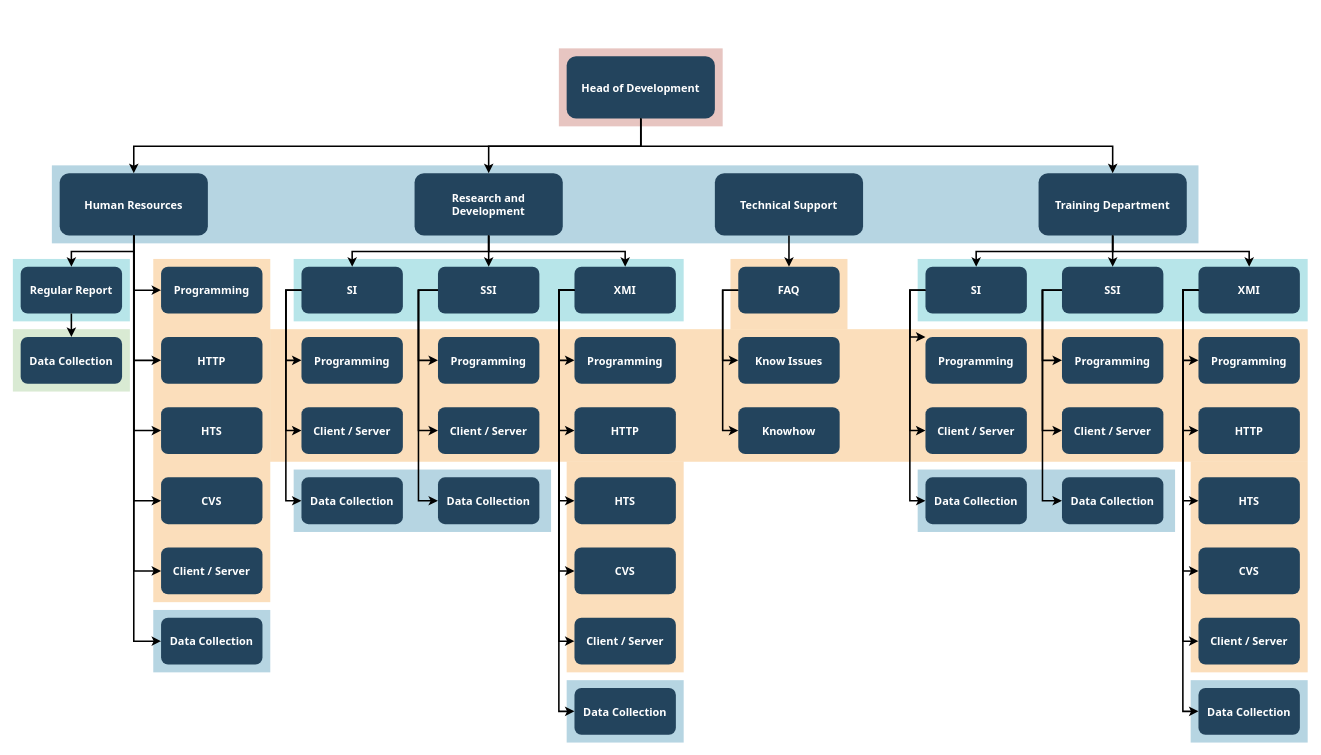
This is 파일트리 다이어그램.drawio from stardom3645/wiki, a draw.io file, before an edit. Source tidied: cells renumbered, new cells numbered last; positions are measured from the earlier drawing's top-left corner, leaving out a move shared by most shapes. Both pictures are drawn from the tidied source at 78%, with x=0, y=0 at pixel (12, 48).
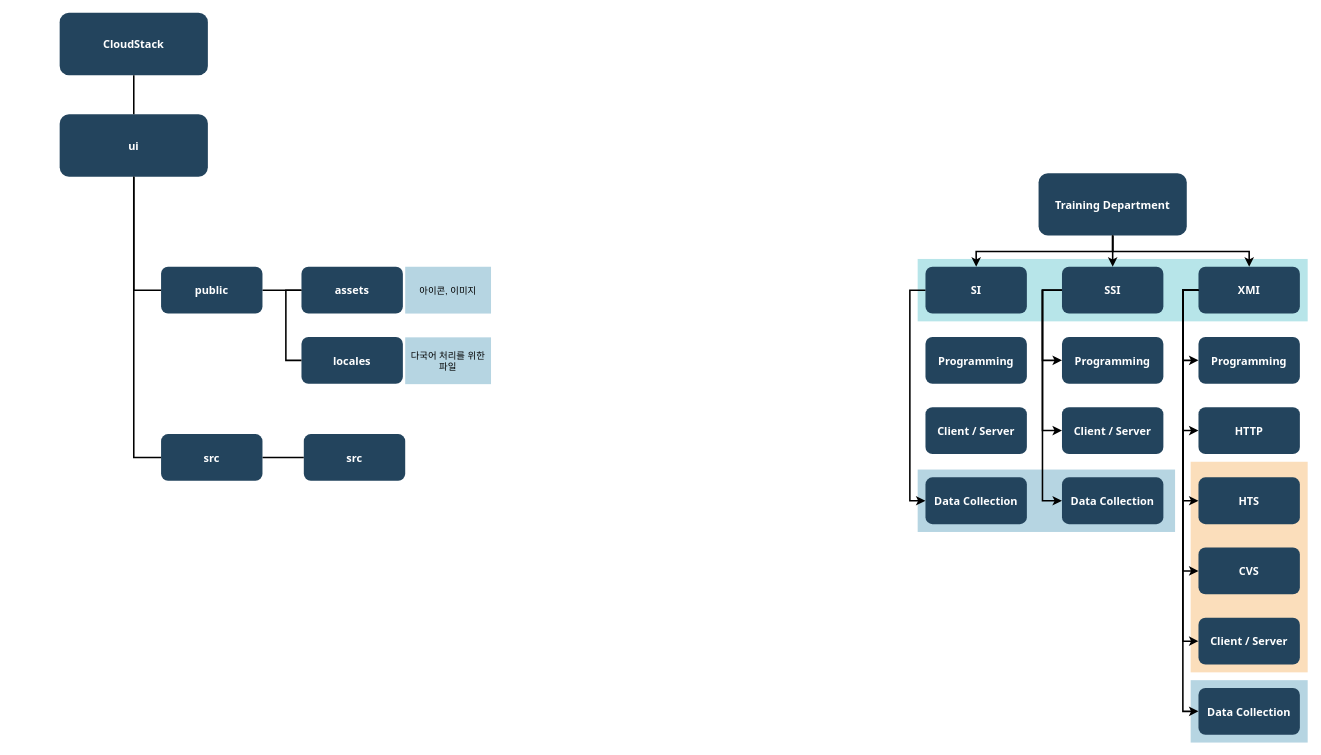
The same diagram, later.

Commit message (it also covers changes not shown here):
파일트리 다이어그램.drawio 업데이트

The change refers to these unchanged cells:
```xml
<mxCell id="19" value="Training Department" style="rounded=1;fillColor=#23445D;gradientColor=none;strokeColor=none;fontColor=#FFFFFF;fontStyle=1;fontFamily=Tahoma;fontSize=14;" parent="1" vertex="1">
  <mxGeometry x="1315" y="159.5" width="190" height="80" as="geometry" />
</mxCell>
<mxCell id="50" value="SI" style="rounded=1;fillColor=#23445D;gradientColor=none;strokeColor=none;fontColor=#FFFFFF;fontStyle=1;fontFamily=Tahoma;fontSize=14;" parent="1" vertex="1">
  <mxGeometry x="1170" y="279.5" width="130" height="60" as="geometry" />
</mxCell>
<mxCell id="51" value="Programming" style="rounded=1;fillColor=#23445D;gradientColor=none;strokeColor=none;fontColor=#FFFFFF;fontStyle=1;fontFamily=Tahoma;fontSize=14;" parent="1" vertex="1">
  <mxGeometry x="1170" y="369.5" width="130" height="60" as="geometry" />
</mxCell>
<mxCell id="52" value="Client / Server" style="rounded=1;fillColor=#23445D;gradientColor=none;strokeColor=none;fontColor=#FFFFFF;fontStyle=1;fontFamily=Tahoma;fontSize=14;" parent="1" vertex="1">
  <mxGeometry x="1170" y="459.5" width="130" height="60" as="geometry" />
</mxCell>
```

Change to the diagram source:
```diff
@@
-    <mxCell id="2" style="fillColor=#AE4132;strokeColor=none;opacity=30;" parent="1" vertex="1">
-      <mxGeometry x="700" y="-0.5" width="210" height="100" as="geometry" />
-    </mxCell>
-    <mxCell id="3" style="fillColor=#10739E;strokeColor=none;opacity=30;" parent="1" vertex="1">
-      <mxGeometry x="50" y="149.5" width="1470" height="100" as="geometry" />
-    </mxCell>
@@
-    <mxCell id="5" style="fillColor=#F2931E;strokeColor=none;opacity=30;" parent="1" vertex="1">
-      <mxGeometry x="920" y="269.5" width="150" height="90" as="geometry" />
-    </mxCell>
-    <mxCell id="6" style="fillColor=#F2931E;strokeColor=none;opacity=30;" parent="1" vertex="1">
-      <mxGeometry x="710" y="529.5" width="150" height="270" as="geometry" />
-    </mxCell>
-    <mxCell id="7" style="fillColor=#F2931E;strokeColor=none;opacity=30;" parent="1" vertex="1">
-      <mxGeometry x="180" y="269.5" width="150" height="440" as="geometry" />
-    </mxCell>
-    <mxCell id="8" style="fillColor=#F2931E;strokeColor=none;opacity=30;" parent="1" vertex="1">
-      <mxGeometry x="330" y="359.5" width="1330" height="170" as="geometry" />
-    </mxCell>
@@
-    <mxCell id="11" style="fillColor=#10739E;strokeColor=none;opacity=30;" parent="1" vertex="1">
-      <mxGeometry x="710" y="809.5" width="150" height="80" as="geometry" />
-    </mxCell>
-    <mxCell id="12" style="fillColor=#10739E;strokeColor=none;opacity=30;" parent="1" vertex="1">
-      <mxGeometry x="360" y="539.5" width="330" height="80" as="geometry" />
-    </mxCell>
-    <mxCell id="13" style="fillColor=#10739E;strokeColor=none;opacity=30;" parent="1" vertex="1">
-      <mxGeometry x="180" y="719.5" width="150" height="80" as="geometry" />
-    </mxCell>
-    <mxCell id="14" style="fillColor=#D9EAD3;strokeColor=none;" parent="1" vertex="1">
-      <mxGeometry y="359.5" width="150" height="80" as="geometry" />
-    </mxCell>
@@
-    <mxCell id="16" style="fillColor=#12AAB5;strokeColor=none;opacity=30;" parent="1" vertex="1">
-      <mxGeometry x="360" y="269.5" width="500" height="80" as="geometry" />
-    </mxCell>
-    <mxCell id="17" style="fillColor=#12AAB5;strokeColor=none;opacity=30;" parent="1" vertex="1">
-      <mxGeometry y="269.5" width="150" height="80" as="geometry" />
-    </mxCell>
-    <mxCell id="18" value="Head of Development" style="rounded=1;fillColor=#23445D;gradientColor=none;strokeColor=none;fontColor=#FFFFFF;fontStyle=1;fontFamily=Tahoma;fontSize=14;" parent="1" vertex="1">
-      <mxGeometry x="710" y="9.5" width="190" height="80" as="geometry" />
+    <mxCell id="18" value="CloudStack" style="rounded=1;fillColor=#23445D;gradientColor=none;strokeColor=none;fontColor=#FFFFFF;fontStyle=1;fontFamily=Tahoma;fontSize=14;" parent="1" vertex="1">
+      <mxGeometry x="60" y="-46" width="190" height="80" as="geometry" />
     </mxCell>
@@
-    <mxCell id="20" style="edgeStyle=elbowEdgeStyle;elbow=vertical;strokeWidth=2;rounded=0;" parent="1" edge="1" source="18" target="19">
-      <mxGeometry x="337" y="215.5" as="geometry" />
-    </mxCell>
-    <mxCell id="21" value="Technical Support" style="rounded=1;fillColor=#23445D;gradientColor=none;strokeColor=none;fontColor=#FFFFFF;fontStyle=1;fontFamily=Tahoma;fontSize=14;" parent="1" vertex="1">
-      <mxGeometry x="900" y="159.5" width="190" height="80" as="geometry" />
-    </mxCell>
-    <mxCell id="22" value="Research and &#10;Development" style="rounded=1;fillColor=#23445D;gradientColor=none;strokeColor=none;fontColor=#FFFFFF;fontStyle=1;fontFamily=Tahoma;fontSize=14;" parent="1" vertex="1">
-      <mxGeometry x="515" y="159.5" width="190" height="80" as="geometry" />
-    </mxCell>
-    <mxCell id="23" value="Human Resources" style="rounded=1;fillColor=#23445D;gradientColor=none;strokeColor=none;fontColor=#FFFFFF;fontStyle=1;fontFamily=Tahoma;fontSize=14;" parent="1" vertex="1">
-      <mxGeometry x="60" y="159.5" width="190" height="80" as="geometry" />
+    <mxCell id="23" value="ui" style="rounded=1;fillColor=#23445D;gradientColor=none;strokeColor=none;fontColor=#FFFFFF;fontStyle=1;fontFamily=Tahoma;fontSize=14;" parent="1" vertex="1">
+      <mxGeometry x="60" y="84" width="190" height="80" as="geometry" />
     </mxCell>
-    <mxCell id="24" value="Regular Report" style="rounded=1;fillColor=#23445D;gradientColor=none;strokeColor=none;fontColor=#FFFFFF;fontStyle=1;fontFamily=Tahoma;fontSize=14;" parent="1" vertex="1">
-      <mxGeometry x="10" y="279.5" width="130" height="60" as="geometry" />
-    </mxCell>
-    <mxCell id="25" value="Data Collection" style="rounded=1;fillColor=#23445D;gradientColor=none;strokeColor=none;fontColor=#FFFFFF;fontStyle=1;fontFamily=Tahoma;fontSize=14;" parent="1" vertex="1">
-      <mxGeometry x="10" y="369.5" width="130" height="60" as="geometry" />
-    </mxCell>
+    <mxCell id="108" style="edgeStyle=orthogonalEdgeStyle;rounded=0;jettySize=auto;html=1;exitX=1;exitY=0.5;exitDx=0;exitDy=0;entryX=0;entryY=0.5;entryDx=0;entryDy=0;endArrow=none;endFill=0;fontSize=25;strokeWidth=2;" parent="1" edge="1" source="26" target="32">
+      <mxGeometry relative="1" as="geometry" />
+    </mxCell>
-    <mxCell id="26" value="Programming" style="rounded=1;fillColor=#23445D;gradientColor=none;strokeColor=none;fontColor=#FFFFFF;fontStyle=1;fontFamily=Tahoma;fontSize=14;" parent="1" vertex="1">
+    <mxCell id="26" value="public" style="rounded=1;fillColor=#23445D;gradientColor=none;strokeColor=none;fontColor=#FFFFFF;fontStyle=1;fontFamily=Tahoma;fontSize=14;" parent="1" vertex="1">
       <mxGeometry x="190" y="279.5" width="130" height="60" as="geometry" />
     </mxCell>
+    <mxCell id="109" style="edgeStyle=orthogonalEdgeStyle;rounded=0;jettySize=auto;html=1;endArrow=none;endFill=0;strokeWidth=2;fontSize=25;" parent="1" edge="1" source="27" target="110">
+      <mxGeometry relative="1" as="geometry" />
+    </mxCell>
-    <mxCell id="27" value="HTTP" style="rounded=1;fillColor=#23445D;gradientColor=none;strokeColor=none;fontColor=#FFFFFF;fontStyle=1;fontFamily=Tahoma;fontSize=14;" parent="1" vertex="1">
-      <mxGeometry x="190" y="369.5" width="130" height="60" as="geometry" />
+    <mxCell id="27" value="src" style="rounded=1;fillColor=#23445D;gradientColor=none;strokeColor=none;fontColor=#FFFFFF;fontStyle=1;fontFamily=Tahoma;fontSize=14;" parent="1" vertex="1">
+      <mxGeometry x="190" y="494" width="130" height="60" as="geometry" />
     </mxCell>
-    <mxCell id="28" value="HTS" style="rounded=1;fillColor=#23445D;gradientColor=none;strokeColor=none;fontColor=#FFFFFF;fontStyle=1;fontFamily=Tahoma;fontSize=14;" parent="1" vertex="1">
-      <mxGeometry x="190" y="459.5" width="130" height="60" as="geometry" />
-    </mxCell>
-    <mxCell id="29" value="CVS" style="rounded=1;fillColor=#23445D;gradientColor=none;strokeColor=none;fontColor=#FFFFFF;fontStyle=1;fontFamily=Tahoma;fontSize=14;" parent="1" vertex="1">
-      <mxGeometry x="190" y="549.5" width="130" height="60" as="geometry" />
-    </mxCell>
-    <mxCell id="30" value="Client / Server" style="rounded=1;fillColor=#23445D;gradientColor=none;strokeColor=none;fontColor=#FFFFFF;fontStyle=1;fontFamily=Tahoma;fontSize=14;" parent="1" vertex="1">
-      <mxGeometry x="190" y="639.5" width="130" height="60" as="geometry" />
-    </mxCell>
-    <mxCell id="31" value="Data Collection" style="rounded=1;fillColor=#23445D;gradientColor=none;strokeColor=none;fontColor=#FFFFFF;fontStyle=1;fontFamily=Tahoma;fontSize=14;" parent="1" vertex="1">
-      <mxGeometry x="190" y="729.5" width="130" height="60" as="geometry" />
-    </mxCell>
-    <mxCell id="32" value="SI" style="rounded=1;fillColor=#23445D;gradientColor=none;strokeColor=none;fontColor=#FFFFFF;fontStyle=1;fontFamily=Tahoma;fontSize=14;" parent="1" vertex="1">
+    <mxCell id="32" value="assets" style="rounded=1;fillColor=#23445D;gradientColor=none;strokeColor=none;fontColor=#FFFFFF;fontStyle=1;fontFamily=Tahoma;fontSize=14;" parent="1" vertex="1">
       <mxGeometry x="370" y="279.5" width="130" height="60" as="geometry" />
     </mxCell>
-    <mxCell id="33" value="Programming" style="rounded=1;fillColor=#23445D;gradientColor=none;strokeColor=none;fontColor=#FFFFFF;fontStyle=1;fontFamily=Tahoma;fontSize=14;" parent="1" vertex="1">
+    <mxCell id="33" value="locales" style="rounded=1;fillColor=#23445D;gradientColor=none;strokeColor=none;fontColor=#FFFFFF;fontStyle=1;fontFamily=Tahoma;fontSize=14;" parent="1" vertex="1">
       <mxGeometry x="370" y="369.5" width="130" height="60" as="geometry" />
     </mxCell>
-    <mxCell id="34" value="Client / Server" style="rounded=1;fillColor=#23445D;gradientColor=none;strokeColor=none;fontColor=#FFFFFF;fontStyle=1;fontFamily=Tahoma;fontSize=14;" parent="1" vertex="1">
-      <mxGeometry x="370" y="459.5" width="130" height="60" as="geometry" />
-    </mxCell>
-    <mxCell id="35" value="Data Collection" style="rounded=1;fillColor=#23445D;gradientColor=none;strokeColor=none;fontColor=#FFFFFF;fontStyle=1;fontFamily=Tahoma;fontSize=14;" parent="1" vertex="1">
-      <mxGeometry x="370" y="549.5" width="130" height="60" as="geometry" />
-    </mxCell>
-    <mxCell id="36" value="SSI" style="rounded=1;fillColor=#23445D;gradientColor=none;strokeColor=none;fontColor=#FFFFFF;fontStyle=1;fontFamily=Tahoma;fontSize=14;" parent="1" vertex="1">
-      <mxGeometry x="545" y="279.5" width="130" height="60" as="geometry" />
-    </mxCell>
-    <mxCell id="37" value="Programming" style="rounded=1;fillColor=#23445D;gradientColor=none;strokeColor=none;fontColor=#FFFFFF;fontStyle=1;fontFamily=Tahoma;fontSize=14;" parent="1" vertex="1">
-      <mxGeometry x="545" y="369.5" width="130" height="60" as="geometry" />
-    </mxCell>
-    <mxCell id="38" value="Client / Server" style="rounded=1;fillColor=#23445D;gradientColor=none;strokeColor=none;fontColor=#FFFFFF;fontStyle=1;fontFamily=Tahoma;fontSize=14;" parent="1" vertex="1">
-      <mxGeometry x="545" y="459.5" width="130" height="60" as="geometry" />
-    </mxCell>
-    <mxCell id="39" value="Data Collection" style="rounded=1;fillColor=#23445D;gradientColor=none;strokeColor=none;fontColor=#FFFFFF;fontStyle=1;fontFamily=Tahoma;fontSize=14;" parent="1" vertex="1">
-      <mxGeometry x="545" y="549.5" width="130" height="60" as="geometry" />
-    </mxCell>
-    <mxCell id="40" value="XMI" style="rounded=1;fillColor=#23445D;gradientColor=none;strokeColor=none;fontColor=#FFFFFF;fontStyle=1;fontFamily=Tahoma;fontSize=14;" parent="1" vertex="1">
-      <mxGeometry x="720" y="279.5" width="130" height="60" as="geometry" />
-    </mxCell>
-    <mxCell id="41" value="Programming" style="rounded=1;fillColor=#23445D;gradientColor=none;strokeColor=none;fontColor=#FFFFFF;fontStyle=1;fontFamily=Tahoma;fontSize=14;" parent="1" vertex="1">
-      <mxGeometry x="720" y="369.5" width="130" height="60" as="geometry" />
-    </mxCell>
-    <mxCell id="42" value="HTTP" style="rounded=1;fillColor=#23445D;gradientColor=none;strokeColor=none;fontColor=#FFFFFF;fontStyle=1;fontFamily=Tahoma;fontSize=14;" parent="1" vertex="1">
-      <mxGeometry x="720" y="459.5" width="130" height="60" as="geometry" />
-    </mxCell>
-    <mxCell id="43" value="HTS" style="rounded=1;fillColor=#23445D;gradientColor=none;strokeColor=none;fontColor=#FFFFFF;fontStyle=1;fontFamily=Tahoma;fontSize=14;" parent="1" vertex="1">
-      <mxGeometry x="720" y="549.5" width="130" height="60" as="geometry" />
-    </mxCell>
-    <mxCell id="44" value="CVS" style="rounded=1;fillColor=#23445D;gradientColor=none;strokeColor=none;fontColor=#FFFFFF;fontStyle=1;fontFamily=Tahoma;fontSize=14;" parent="1" vertex="1">
-      <mxGeometry x="720" y="639.5" width="130" height="60" as="geometry" />
-    </mxCell>
-    <mxCell id="45" value="Client / Server" style="rounded=1;fillColor=#23445D;gradientColor=none;strokeColor=none;fontColor=#FFFFFF;fontStyle=1;fontFamily=Tahoma;fontSize=14;" parent="1" vertex="1">
-      <mxGeometry x="720" y="729.5" width="130" height="60" as="geometry" />
-    </mxCell>
-    <mxCell id="46" value="Data Collection" style="rounded=1;fillColor=#23445D;gradientColor=none;strokeColor=none;fontColor=#FFFFFF;fontStyle=1;fontFamily=Tahoma;fontSize=14;" parent="1" vertex="1">
-      <mxGeometry x="720" y="819.5" width="130" height="60" as="geometry" />
-    </mxCell>
-    <mxCell id="47" value="FAQ" style="rounded=1;fillColor=#23445D;gradientColor=none;strokeColor=none;fontColor=#FFFFFF;fontStyle=1;fontFamily=Tahoma;fontSize=14;" parent="1" vertex="1">
-      <mxGeometry x="930" y="279.5" width="130" height="60" as="geometry" />
-    </mxCell>
-    <mxCell id="48" value="Know Issues" style="rounded=1;fillColor=#23445D;gradientColor=none;strokeColor=none;fontColor=#FFFFFF;fontStyle=1;fontFamily=Tahoma;fontSize=14;" parent="1" vertex="1">
-      <mxGeometry x="930" y="369.5" width="130" height="60" as="geometry" />
-    </mxCell>
-    <mxCell id="49" value="Knowhow" style="rounded=1;fillColor=#23445D;gradientColor=none;strokeColor=none;fontColor=#FFFFFF;fontStyle=1;fontFamily=Tahoma;fontSize=14;" parent="1" vertex="1">
-      <mxGeometry x="930" y="459.5" width="130" height="60" as="geometry" />
-    </mxCell>
@@
-    <mxCell id="65" style="edgeStyle=elbowEdgeStyle;elbow=vertical;strokeWidth=2;rounded=0;" parent="1" edge="1" source="18" target="22">
-      <mxGeometry x="347" y="225.5" as="geometry" />
-    </mxCell>
-    <mxCell id="66" style="edgeStyle=elbowEdgeStyle;elbow=vertical;strokeWidth=2;rounded=0;" parent="1" edge="1" source="18" target="23">
+    <mxCell id="66" style="edgeStyle=elbowEdgeStyle;elbow=vertical;strokeWidth=2;rounded=0;endArrow=none;endFill=0;" parent="1" edge="1" source="18" target="23">
       <mxGeometry x="-23" y="135.5" as="geometry" />
     </mxCell>
-    <mxCell id="67" style="edgeStyle=elbowEdgeStyle;elbow=vertical;strokeWidth=2;rounded=0;" parent="1" edge="1" source="23" target="24">
-      <mxGeometry x="-23" y="135.5" as="geometry" />
-    </mxCell>
-    <mxCell id="68" style="edgeStyle=elbowEdgeStyle;elbow=horizontal;strokeWidth=2;rounded=0;" parent="1" edge="1" source="23" target="26">
+    <mxCell id="68" style="edgeStyle=elbowEdgeStyle;elbow=horizontal;strokeWidth=2;rounded=0;endArrow=none;endFill=0;" parent="1" edge="1" source="23" target="26">
       <mxGeometry x="-23" y="135.5" as="geometry">
         <Array as="points">
           <mxPoint x="155" y="259.5" />
         </Array>
       </mxGeometry>
     </mxCell>
-    <mxCell id="69" style="edgeStyle=elbowEdgeStyle;elbow=horizontal;strokeWidth=2;rounded=0;" parent="1" edge="1" source="23" target="27">
+    <mxCell id="69" style="edgeStyle=elbowEdgeStyle;elbow=horizontal;strokeWidth=2;rounded=0;endArrow=none;endFill=0;" parent="1" edge="1" source="23" target="27">
       <mxGeometry x="-23" y="135.5" as="geometry">
         <Array as="points">
           <mxPoint x="155" y="299.5" />
         </Array>
       </mxGeometry>
     </mxCell>
-    <mxCell id="70" style="edgeStyle=elbowEdgeStyle;elbow=horizontal;strokeWidth=2;rounded=0;" parent="1" edge="1" source="23" target="28">
-      <mxGeometry x="-23" y="135.5" as="geometry">
-        <Array as="points">
-          <mxPoint x="155" y="349.5" />
-        </Array>
-      </mxGeometry>
-    </mxCell>
-    <mxCell id="71" style="edgeStyle=elbowEdgeStyle;elbow=horizontal;strokeWidth=2;rounded=0;" parent="1" edge="1" source="23" target="29">
-      <mxGeometry x="-23" y="135.5" as="geometry">
-        <Array as="points">
-          <mxPoint x="155" y="399.5" />
-        </Array>
-      </mxGeometry>
-    </mxCell>
-    <mxCell id="72" style="edgeStyle=elbowEdgeStyle;elbow=horizontal;strokeWidth=2;rounded=0;" parent="1" edge="1" source="23" target="30">
-      <mxGeometry x="-23" y="135.5" as="geometry">
-        <Array as="points">
-          <mxPoint x="155" y="439.5" />
-        </Array>
-      </mxGeometry>
-    </mxCell>
-    <mxCell id="73" style="edgeStyle=elbowEdgeStyle;elbow=horizontal;strokeWidth=2;rounded=0;" parent="1" edge="1" source="23" target="31">
-      <mxGeometry x="-23" y="135.5" as="geometry">
-        <Array as="points">
-          <mxPoint x="155" y="489.5" />
-        </Array>
-      </mxGeometry>
-    </mxCell>
-    <mxCell id="74" style="edgeStyle=elbowEdgeStyle;elbow=horizontal;strokeWidth=2;rounded=0;" parent="1" edge="1" source="32" target="33">
+    <mxCell id="74" style="edgeStyle=elbowEdgeStyle;elbow=horizontal;strokeWidth=2;rounded=0;endArrow=none;endFill=0;" parent="1" edge="1" source="32" target="33">
       <mxGeometry x="-23" y="135.5" as="geometry">
         <Array as="points">
           <mxPoint x="350" y="359.5" />
         </Array>
       </mxGeometry>
     </mxCell>
-    <mxCell id="75" style="edgeStyle=elbowEdgeStyle;elbow=horizontal;strokeWidth=2;rounded=0;" parent="1" edge="1" source="32" target="34">
-      <mxGeometry x="-23" y="135.5" as="geometry">
-        <Array as="points">
-          <mxPoint x="350" y="399.5" />
-        </Array>
-      </mxGeometry>
-    </mxCell>
-    <mxCell id="76" style="edgeStyle=elbowEdgeStyle;elbow=horizontal;strokeWidth=2;rounded=0;" parent="1" edge="1" source="32" target="35">
-      <mxGeometry x="-23" y="135.5" as="geometry">
-        <Array as="points">
-          <mxPoint x="350" y="439.5" />
-        </Array>
-      </mxGeometry>
-    </mxCell>
-    <mxCell id="77" style="edgeStyle=elbowEdgeStyle;elbow=horizontal;strokeWidth=2;rounded=0;" parent="1" edge="1" source="36" target="37">
-      <mxGeometry x="-23" y="135.5" as="geometry">
-        <Array as="points">
-          <mxPoint x="520" y="359.5" />
-        </Array>
-      </mxGeometry>
-    </mxCell>
-    <mxCell id="78" style="edgeStyle=elbowEdgeStyle;elbow=horizontal;strokeWidth=2;rounded=0;" parent="1" edge="1" source="36" target="38">
-      <mxGeometry x="-23" y="135.5" as="geometry">
-        <Array as="points">
-          <mxPoint x="520" y="399.5" />
-        </Array>
-      </mxGeometry>
-    </mxCell>
-    <mxCell id="79" style="edgeStyle=elbowEdgeStyle;elbow=horizontal;strokeWidth=2;rounded=0;" parent="1" edge="1" source="36" target="39">
-      <mxGeometry x="-23" y="135.5" as="geometry">
-        <Array as="points">
-          <mxPoint x="520" y="439.5" />
-        </Array>
-      </mxGeometry>
-    </mxCell>
-    <mxCell id="80" style="edgeStyle=elbowEdgeStyle;elbow=horizontal;strokeWidth=2;rounded=0;" parent="1" edge="1" source="40" target="41">
-      <mxGeometry x="-23" y="135.5" as="geometry">
-        <Array as="points">
-          <mxPoint x="700" y="359.5" />
-        </Array>
-      </mxGeometry>
-    </mxCell>
-    <mxCell id="81" style="edgeStyle=elbowEdgeStyle;elbow=horizontal;strokeWidth=2;rounded=0;" parent="1" edge="1" source="40" target="42">
-      <mxGeometry x="-23" y="135.5" as="geometry">
-        <Array as="points">
-          <mxPoint x="700" y="399.5" />
-        </Array>
-      </mxGeometry>
-    </mxCell>
-    <mxCell id="82" style="edgeStyle=elbowEdgeStyle;elbow=horizontal;strokeWidth=2;rounded=0;" parent="1" edge="1" source="40" target="43">
-      <mxGeometry x="-23" y="135.5" as="geometry">
-        <Array as="points">
-          <mxPoint x="700" y="449.5" />
-        </Array>
-      </mxGeometry>
-    </mxCell>
-    <mxCell id="83" style="edgeStyle=elbowEdgeStyle;elbow=horizontal;strokeWidth=2;rounded=0;" parent="1" edge="1" source="40" target="44">
-      <mxGeometry x="-23" y="135.5" as="geometry">
-        <Array as="points">
-          <mxPoint x="700" y="489.5" />
-        </Array>
-      </mxGeometry>
-    </mxCell>
-    <mxCell id="84" style="edgeStyle=elbowEdgeStyle;elbow=horizontal;strokeWidth=2;rounded=0;" parent="1" edge="1" source="40" target="45">
-      <mxGeometry x="-23" y="135.5" as="geometry">
-        <Array as="points">
-          <mxPoint x="700" y="529.5" />
-        </Array>
-      </mxGeometry>
-    </mxCell>
-    <mxCell id="85" style="edgeStyle=elbowEdgeStyle;elbow=horizontal;strokeWidth=2;rounded=0;" parent="1" edge="1" source="40" target="46">
-      <mxGeometry x="-23" y="135.5" as="geometry">
-        <Array as="points">
-          <mxPoint x="700" y="579.5" />
-        </Array>
-      </mxGeometry>
-    </mxCell>
-    <mxCell id="86" style="edgeStyle=elbowEdgeStyle;elbow=horizontal;strokeWidth=2;rounded=0;" parent="1" edge="1" source="47" target="48">
-      <mxGeometry x="-23" y="135.5" as="geometry">
-        <Array as="points">
-          <mxPoint x="910" y="359.5" />
-        </Array>
-      </mxGeometry>
-    </mxCell>
-    <mxCell id="87" style="edgeStyle=elbowEdgeStyle;elbow=horizontal;strokeWidth=2;rounded=0;" parent="1" edge="1" source="47" target="49">
-      <mxGeometry x="-23" y="135.5" as="geometry">
-        <Array as="points">
-          <mxPoint x="910" y="409.5" />
-        </Array>
-      </mxGeometry>
-    </mxCell>
-    <mxCell id="88" style="edgeStyle=elbowEdgeStyle;elbow=horizontal;strokeWidth=2;rounded=0;" parent="1" edge="1" source="50" target="51">
-      <mxGeometry x="-23" y="135.5" as="geometry">
-        <Array as="points">
-          <mxPoint x="1150" y="369.5" />
-        </Array>
-      </mxGeometry>
-    </mxCell>
-    <mxCell id="89" style="edgeStyle=elbowEdgeStyle;elbow=horizontal;strokeWidth=2;rounded=0;" parent="1" edge="1" source="50" target="52">
-      <mxGeometry x="-23" y="135.5" as="geometry">
-        <Array as="points">
-          <mxPoint x="1150" y="399.5" />
-        </Array>
-      </mxGeometry>
-    </mxCell>
@@
-    <mxCell id="100" style="edgeStyle=elbowEdgeStyle;elbow=vertical;strokeWidth=2;rounded=0;" parent="1" edge="1" source="22" target="32">
-      <mxGeometry x="-23" y="135.5" as="geometry" />
-    </mxCell>
-    <mxCell id="101" style="edgeStyle=elbowEdgeStyle;elbow=vertical;strokeWidth=2;rounded=0;" parent="1" edge="1" source="22" target="36">
-      <mxGeometry x="-23" y="135.5" as="geometry" />
-    </mxCell>
-    <mxCell id="102" style="edgeStyle=elbowEdgeStyle;elbow=vertical;strokeWidth=2;rounded=0;" parent="1" edge="1" source="22" target="40">
-      <mxGeometry x="-23" y="135.5" as="geometry" />
-    </mxCell>
-    <mxCell id="103" style="edgeStyle=elbowEdgeStyle;elbow=vertical;strokeWidth=2;rounded=0;" parent="1" edge="1" source="21" target="47">
-      <mxGeometry x="-23" y="135.5" as="geometry" />
-    </mxCell>
@@
-    <mxCell id="107" style="edgeStyle=elbowEdgeStyle;elbow=vertical;rounded=0;strokeWidth=2;" parent="1" edge="1" source="24" target="25">
-      <mxGeometry x="-23" y="135.5" as="geometry" />
-    </mxCell>
+    <mxCell id="110" value="src" style="rounded=1;fillColor=#23445D;gradientColor=none;strokeColor=none;fontColor=#FFFFFF;fontStyle=1;fontFamily=Tahoma;fontSize=14;" parent="1" vertex="1">
+      <mxGeometry x="373" y="494" width="130" height="60" as="geometry" />
+    </mxCell>
+    <mxCell id="111" value="아이콘, 이미지" style="fillColor=#10739E;strokeColor=none;opacity=30;" parent="1" vertex="1">
+      <mxGeometry x="503" y="279.5" width="110" height="60" as="geometry" />
+    </mxCell>
+    <mxCell id="112" value="다국어 처리를 위한&#10;파일" style="fillColor=#10739E;strokeColor=none;opacity=30;" parent="1" vertex="1">
+      <mxGeometry x="503" y="370" width="110" height="60" as="geometry" />
+    </mxCell>
```
